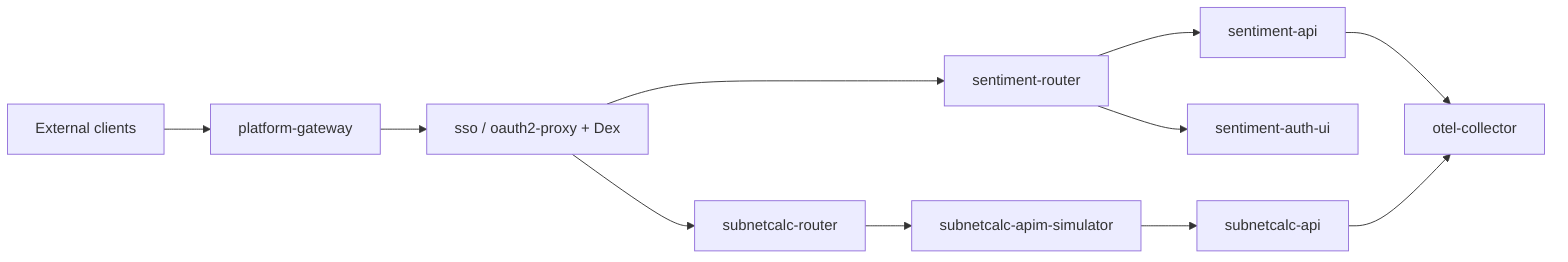
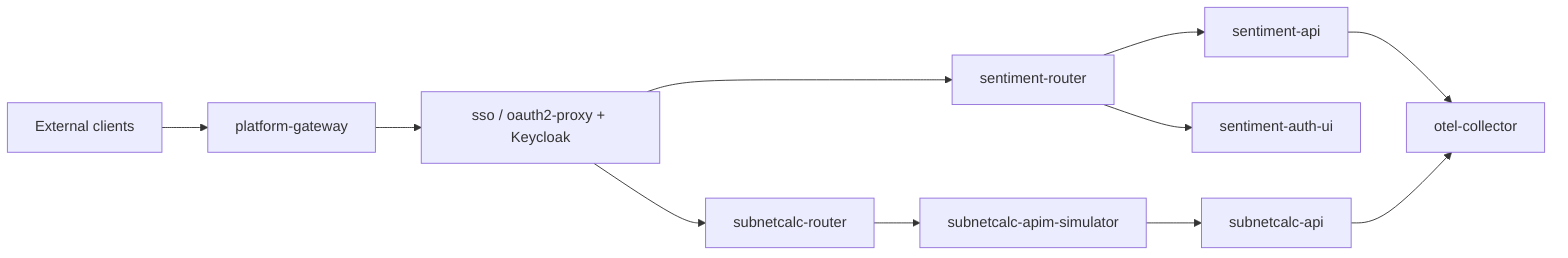
flowchart LR
    Internet["External clients"] --> Gateway["platform-gateway"]
-     Gateway --> SSO["sso / oauth2-proxy + Dex"]
+     Gateway --> SSO["sso / oauth2-proxy + Keycloak"]
    SSO --> SentRouter["sentiment-router"]
    SSO --> SubnetRouter["subnetcalc-router"]
    SentRouter --> SentAPI["sentiment-api"]
    SentRouter --> SentUI["sentiment-auth-ui"]
    SubnetRouter --> APIM["subnetcalc-apim-simulator"]
    APIM --> SubnetAPI["subnetcalc-api"]
    SentAPI --> OTel["otel-collector"]
    SubnetAPI --> OTel
